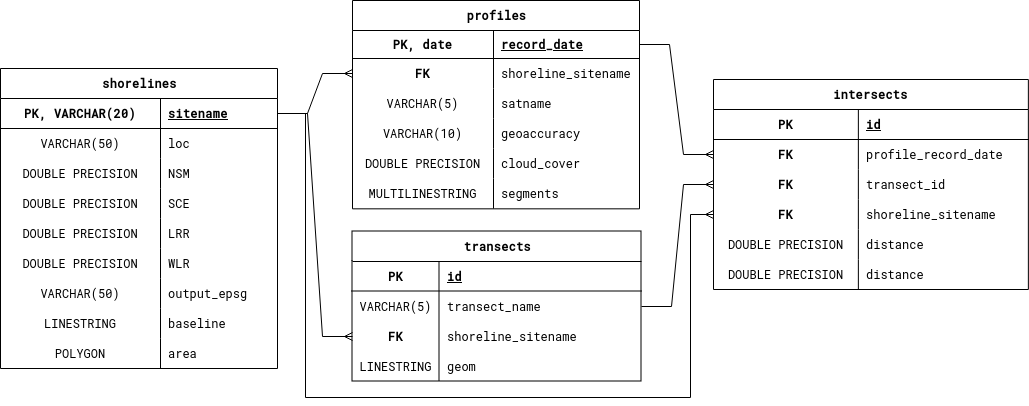
Before: docs/images/data_model.drawio.png, a diagram exported from draw.io (derUbermenk/shoreline-pipeline). Source tidied: cells renumbered, new cells last; positions are measured from the earlier drawing's top-left corner, leaving out a move shared by most shapes.
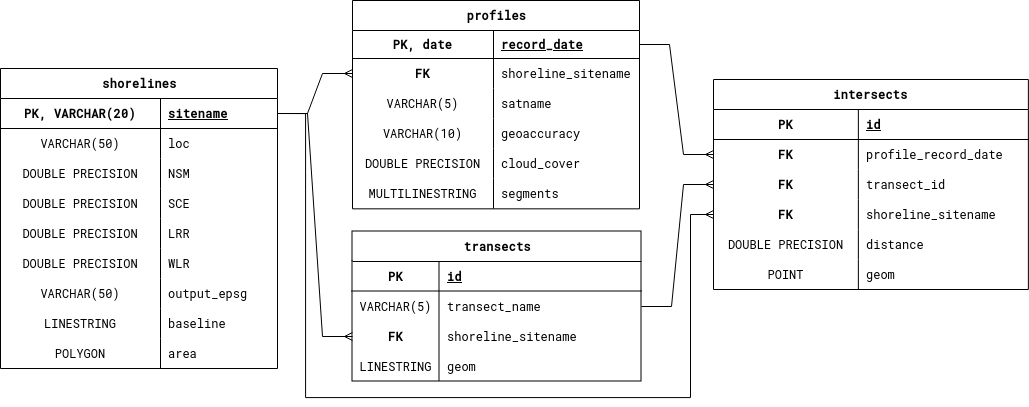
Later version of the same file.

Diff of the diagram source:
```diff
@@ -251,10 +251,10 @@
     <mxCell id="82" style="shape=tableRow;horizontal=0;startSize=0;swimlaneHead=0;swimlaneBody=0;fillColor=none;top=0;left=0;right=0;bottom=0;fontFamily=Roboto Mono;fontSource=https%3A%2F%2Ffonts.googleapis.com%2Fcss%3Ffamily%3DRoboto%2BMono;" parent="66" vertex="1">
       <mxGeometry y="180" width="314.9" height="30" as="geometry" />
     </mxCell>
-    <mxCell id="83" value="DOUBLE PRECISION" style="shape=partialRectangle;fillColor=none;top=0;left=0;bottom=0;right=0;overflow=hidden;whiteSpace=wrap;html=1;fontFamily=Roboto Mono;fontSource=https%3A%2F%2Ffonts.googleapis.com%2Fcss%3Ffamily%3DRoboto%2BMono;fontStyle=0;" parent="82" vertex="1">
+    <mxCell id="83" value="POINT" style="shape=partialRectangle;fillColor=none;top=0;left=0;bottom=0;right=0;overflow=hidden;whiteSpace=wrap;html=1;fontFamily=Roboto Mono;fontSource=https%3A%2F%2Ffonts.googleapis.com%2Fcss%3Ffamily%3DRoboto%2BMono;fontStyle=0;" parent="82" vertex="1">
       <mxGeometry width="144.9" height="30" as="geometry" />
     </mxCell>
-    <mxCell id="84" value="distance" style="shape=partialRectangle;fillColor=none;top=0;left=0;bottom=0;right=0;align=left;spacingLeft=6;overflow=hidden;whiteSpace=wrap;html=1;fontFamily=Roboto Mono;fontSource=https%3A%2F%2Ffonts.googleapis.com%2Fcss%3Ffamily%3DRoboto%2BMono;" parent="82" vertex="1">
+    <mxCell id="84" value="geom" style="shape=partialRectangle;fillColor=none;top=0;left=0;bottom=0;right=0;align=left;spacingLeft=6;overflow=hidden;whiteSpace=wrap;html=1;fontFamily=Roboto Mono;fontSource=https%3A%2F%2Ffonts.googleapis.com%2Fcss%3Ffamily%3DRoboto%2BMono;" parent="82" vertex="1">
       <mxGeometry x="144.9" width="170" height="30" as="geometry" />
     </mxCell>
     <mxCell id="85" style="edgeStyle=orthogonalEdgeStyle;rounded=0;jettySize=auto;html=1;entryX=0;entryY=0.5;entryDx=0;entryDy=0;exitX=1;exitY=0.5;exitDx=0;exitDy=0;endArrow=ERmany;endFill=0;" parent="1" edge="1" source="39" target="76">
```
